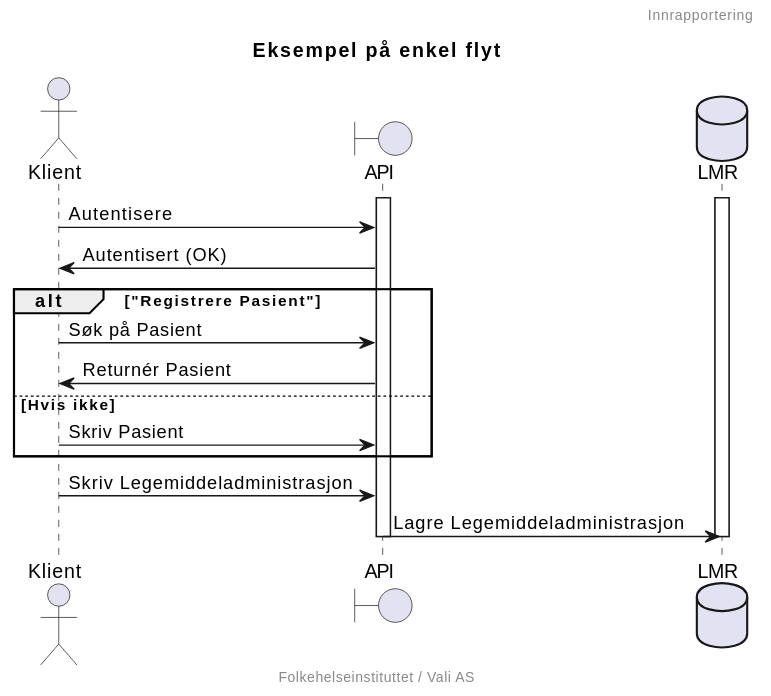
Above: currentbuild/flyt-enkel-1.svg in HL7Norway/LMDI (PlantUML), before the change.
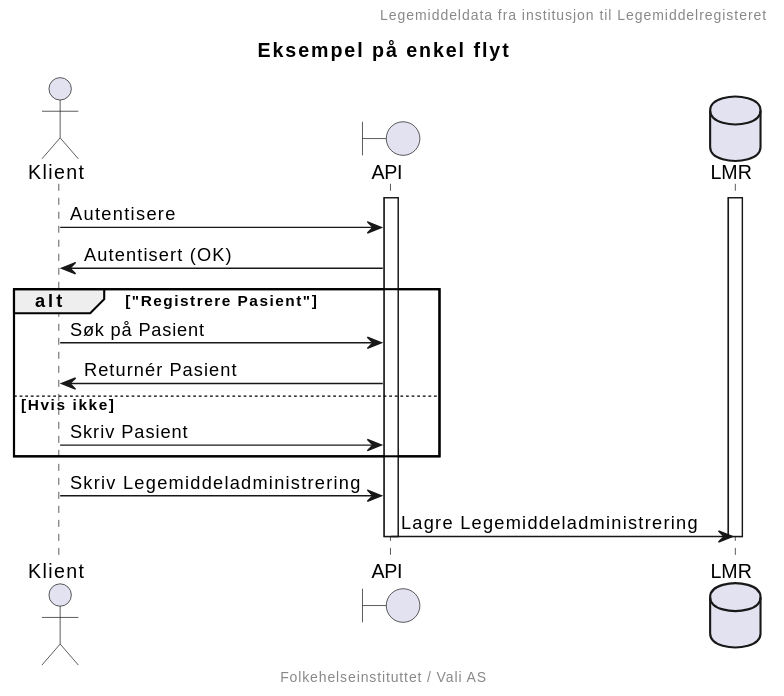
The same file after the commit.

The edit, as a diff of the source:
```diff
@@ -1,9 +1,9 @@
 @startuml
 skinparam Shadowing false
 
-header Innrapportering
 title "Eksempel på enkel flyt"
-footer Folkehelseinstituttet / Vali AS
+header "Legemiddeldata fra institusjon til Legemiddelregisteret"
+footer "Folkehelseinstituttet / Vali AS"
 
 actor Klient
 boundary API
@@ -21,8 +21,8 @@
 end
 
 activate LMR
-Klient -> API : Skriv Legemiddeladministrasjon
-API -> LMR : Lagre Legemiddeladministrasjon
+Klient -> API : Skriv Legemiddeladministrering
+API -> LMR : Lagre Legemiddeladministrering
 deactivate API
 deactivate LMR
 @enduml
```
